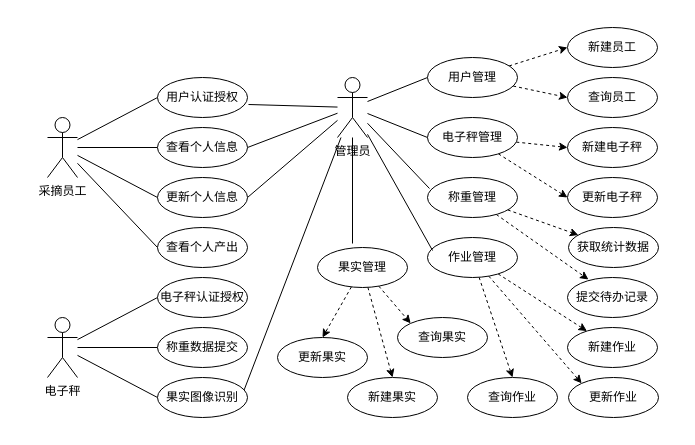
Before: design/软件用例图.dio in akynazh/aws, a draw.io diagram. Source tidied: cells renumbered, new cells numbered last; positions are measured from the earlier drawing's top-left corner, leaving out a move shared by most shapes. Both pictures are drawn from the tidied source at 100%, with x=0, y=0 at pixel (47, 27).
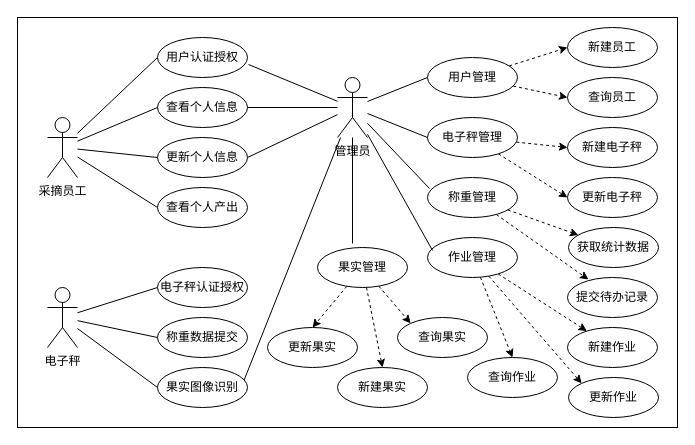
After the change.

Change to the diagram source:
```diff
@@
+    <mxCell id="57" style="rounded=0;whiteSpace=wrap;html=1;" parent="1" vertex="1">
+      <mxGeometry x="-30" y="-10" width="660" height="410" as="geometry" />
+    </mxCell>
@@
     <mxCell id="16" value="电子秤" style="shape=umlActor;verticalLabelPosition=bottom;verticalAlign=top;html=1;" parent="1" vertex="1">
-      <mxGeometry y="290" width="30" height="60" as="geometry" />
+      <mxGeometry y="260" width="30" height="60" as="geometry" />
     </mxCell>
     <mxCell id="17" value="果实图像识别" style="ellipse;whiteSpace=wrap;html=1;" parent="1" vertex="1">
-      <mxGeometry x="110" y="350" width="90" height="40" as="geometry" />
+      <mxGeometry x="110" y="340" width="90" height="40" as="geometry" />
     </mxCell>
@@
     <mxCell id="23" value="用户认证授权" style="ellipse;whiteSpace=wrap;html=1;" parent="1" vertex="1">
-      <mxGeometry x="110" y="50" width="90" height="40" as="geometry" />
+      <mxGeometry x="110" y="10" width="90" height="40" as="geometry" />
     </mxCell>
     <mxCell id="24" value="查看个人信息" style="ellipse;whiteSpace=wrap;html=1;" parent="1" vertex="1">
-      <mxGeometry x="110" y="100" width="90" height="40" as="geometry" />
+      <mxGeometry x="110" y="60" width="90" height="40" as="geometry" />
     </mxCell>
     <mxCell id="25" value="更新个人信息" style="ellipse;whiteSpace=wrap;html=1;" parent="1" vertex="1">
-      <mxGeometry x="110" y="150" width="90" height="40" as="geometry" />
+      <mxGeometry x="110" y="110" width="90" height="40" as="geometry" />
     </mxCell>
@@
     <mxCell id="27" value="查看个人产出" style="ellipse;whiteSpace=wrap;html=1;" parent="1" vertex="1">
-      <mxGeometry x="110" y="200" width="90" height="40" as="geometry" />
+      <mxGeometry x="110" y="160" width="90" height="40" as="geometry" />
     </mxCell>
@@
     <mxCell id="29" value="称重数据提交" style="ellipse;whiteSpace=wrap;html=1;" parent="1" vertex="1">
-      <mxGeometry x="110" y="300" width="90" height="40" as="geometry" />
+      <mxGeometry x="110" y="290" width="90" height="40" as="geometry" />
     </mxCell>
     <mxCell id="30" value="电子秤认证授权" style="ellipse;whiteSpace=wrap;html=1;" parent="1" vertex="1">
-      <mxGeometry x="110" y="250" width="90" height="40" as="geometry" />
+      <mxGeometry x="110" y="240" width="90" height="40" as="geometry" />
     </mxCell>
@@
     <mxCell id="47" value="查询作业" style="ellipse;whiteSpace=wrap;html=1;" parent="1" vertex="1">
-      <mxGeometry x="420" y="350" width="90" height="40" as="geometry" />
+      <mxGeometry x="420" y="330" width="90" height="40" as="geometry" />
     </mxCell>
     <mxCell id="48" value="更新果实" style="ellipse;whiteSpace=wrap;html=1;" parent="1" vertex="1">
-      <mxGeometry x="230" y="310" width="90" height="40" as="geometry" />
+      <mxGeometry x="220" y="300" width="90" height="40" as="geometry" />
     </mxCell>
     <mxCell id="49" value="新建果实" style="ellipse;whiteSpace=wrap;html=1;" parent="1" vertex="1">
-      <mxGeometry x="300" y="350" width="90" height="40" as="geometry" />
+      <mxGeometry x="290" y="340" width="90" height="40" as="geometry" />
     </mxCell>
```
